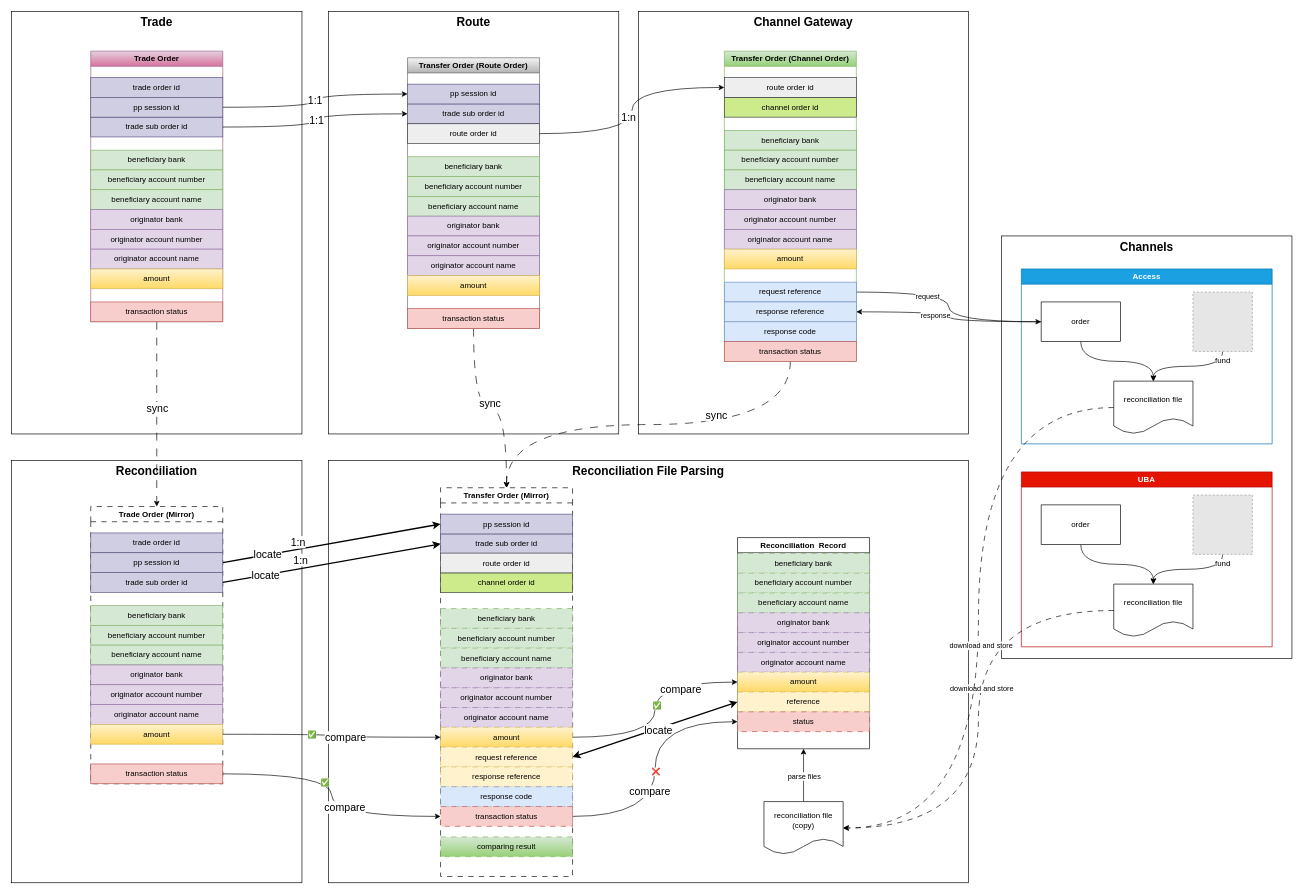
Before: reconciliation solution.drawio in catface996/images, a draw.io diagram. Source tidied: cells renumbered, new cells numbered last; positions are measured from the earlier drawing's top-left corner, leaving out a move shared by most shapes. Both pictures are drawn from the tidied source at 66%, with x=0, y=0 at pixel (11, 11). Pictures stored in the file or linked from it are replaced by grey dashed boxes.
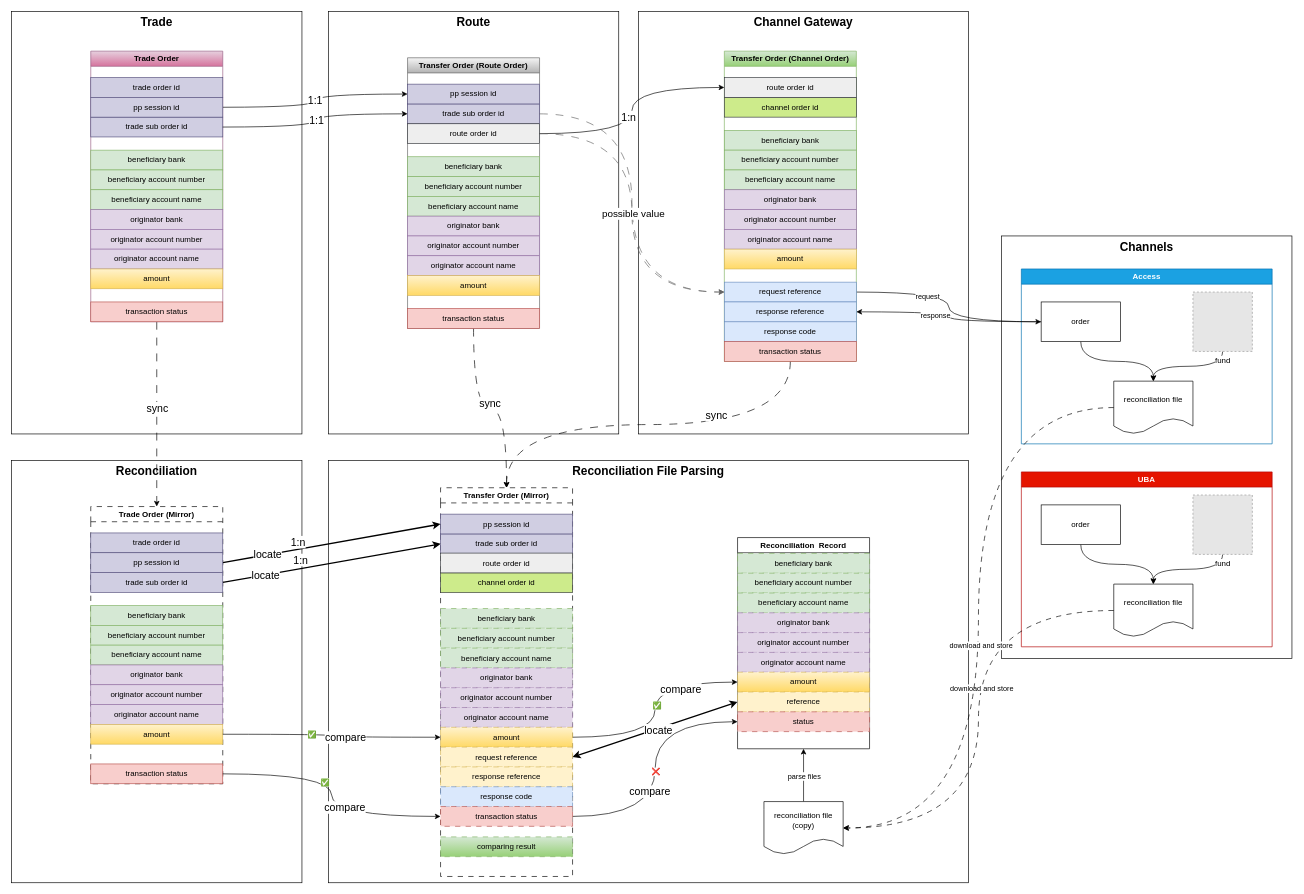
After the change.

The change refers to these unchanged cells:
```xml
<mxCell id="57" value="request reference" style="rounded=0;whiteSpace=wrap;html=1;fillColor=#dae8fc;strokeColor=#6c8ebf;" parent="1" vertex="1">
  <mxGeometry x="1080" y="410" width="200" height="30" as="geometry" />
</mxCell>
<mxCell id="98" value="trade sub order id" style="rounded=0;whiteSpace=wrap;html=1;fillColor=#d0cee2;strokeColor=#56517e;" parent="97" vertex="1">
  <mxGeometry y="30" width="200" height="30" as="geometry" />
</mxCell>
<mxCell id="99" value="route order id" style="rounded=0;whiteSpace=wrap;html=1;fillColor=#eeeeee;strokeColor=#36393d;" parent="97" vertex="1">
  <mxGeometry y="60" width="200" height="30" as="geometry" />
</mxCell>
```

Change to the diagram source:
```diff
@@
+    <mxCell id="144" style="edgeStyle=orthogonalEdgeStyle;rounded=0;jettySize=auto;html=1;entryX=0;entryY=0.5;entryDx=0;entryDy=0;curved=1;dashed=1;dashPattern=12 12;fillColor=#f5f5f5;strokeColor=#666666;" parent="1" edge="1" source="98" target="57">
+      <mxGeometry relative="1" as="geometry" />
+    </mxCell>
+    <mxCell id="145" style="edgeStyle=orthogonalEdgeStyle;rounded=0;jettySize=auto;html=1;entryX=0;entryY=0.5;entryDx=0;entryDy=0;dashed=1;dashPattern=12 12;curved=1;fillColor=#f5f5f5;strokeColor=#666666;" parent="1" edge="1" source="99" target="57">
+      <mxGeometry relative="1" as="geometry" />
+    </mxCell>
+    <mxCell id="146" value="&lt;font style=&quot;font-size: 15px;&quot;&gt;possible value&lt;/font&gt;" style="edgeLabel;html=1;align=center;verticalAlign=middle;" parent="145" vertex="1">
+      <mxGeometry y="1" relative="1" as="geometry" />
+    </mxCell>
```
